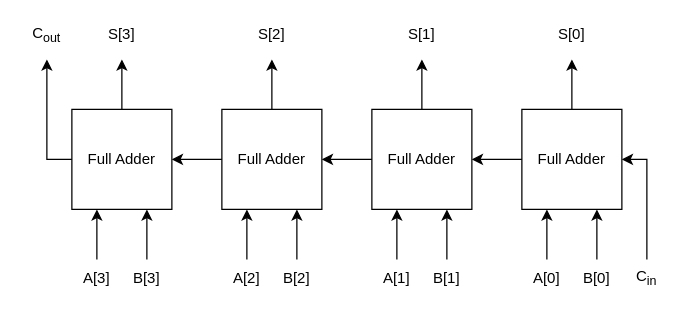
The draw.io diagram page "figure_17" (17 of 18) of assets/images/2021-12-21-verilogHDL_chapter3_combinational_logic/시스템_반도체_설계_3장.drawio in ParkDongho/ParkDongho.github.io, before the edit. Source tidied: cells renumbered, new cells numbered last; positions are measured from the earlier drawing's top-left corner, leaving out a move shared by most shapes. Both pictures are drawn from the tidied source at 125%, with x=0, y=0 at pixel (21, 21).
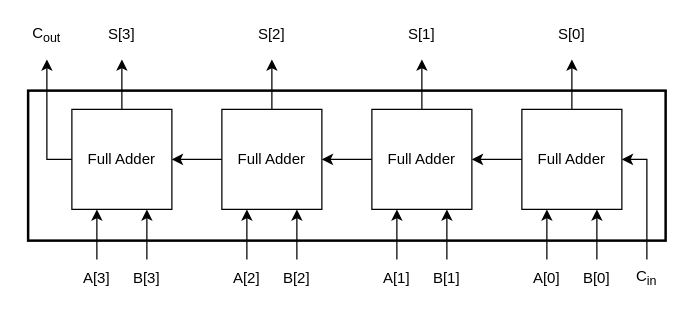
Above is the later version.

Diff of the diagram source:
```diff
@@
+    <mxCell id="41" style="rounded=0;whiteSpace=wrap;html=1;fontSize=12;strokeWidth=2;fillColor=none;" parent="1" vertex="1">
+      <mxGeometry x="5" y="55" width="510" height="120" as="geometry" />
+    </mxCell>
```
